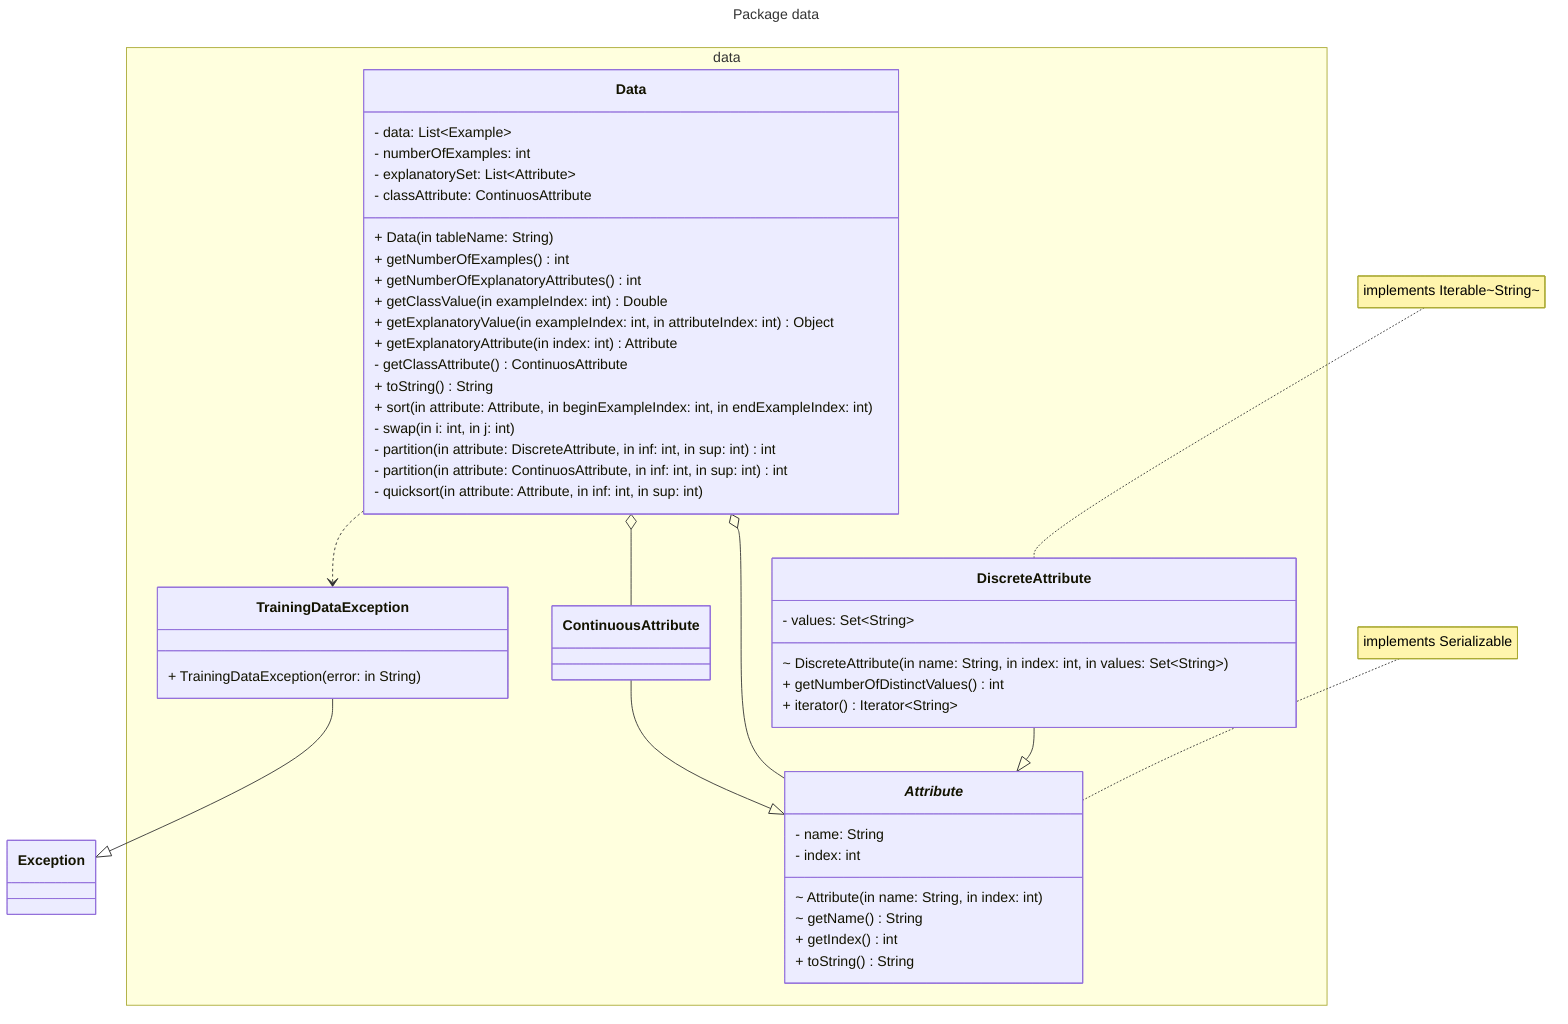
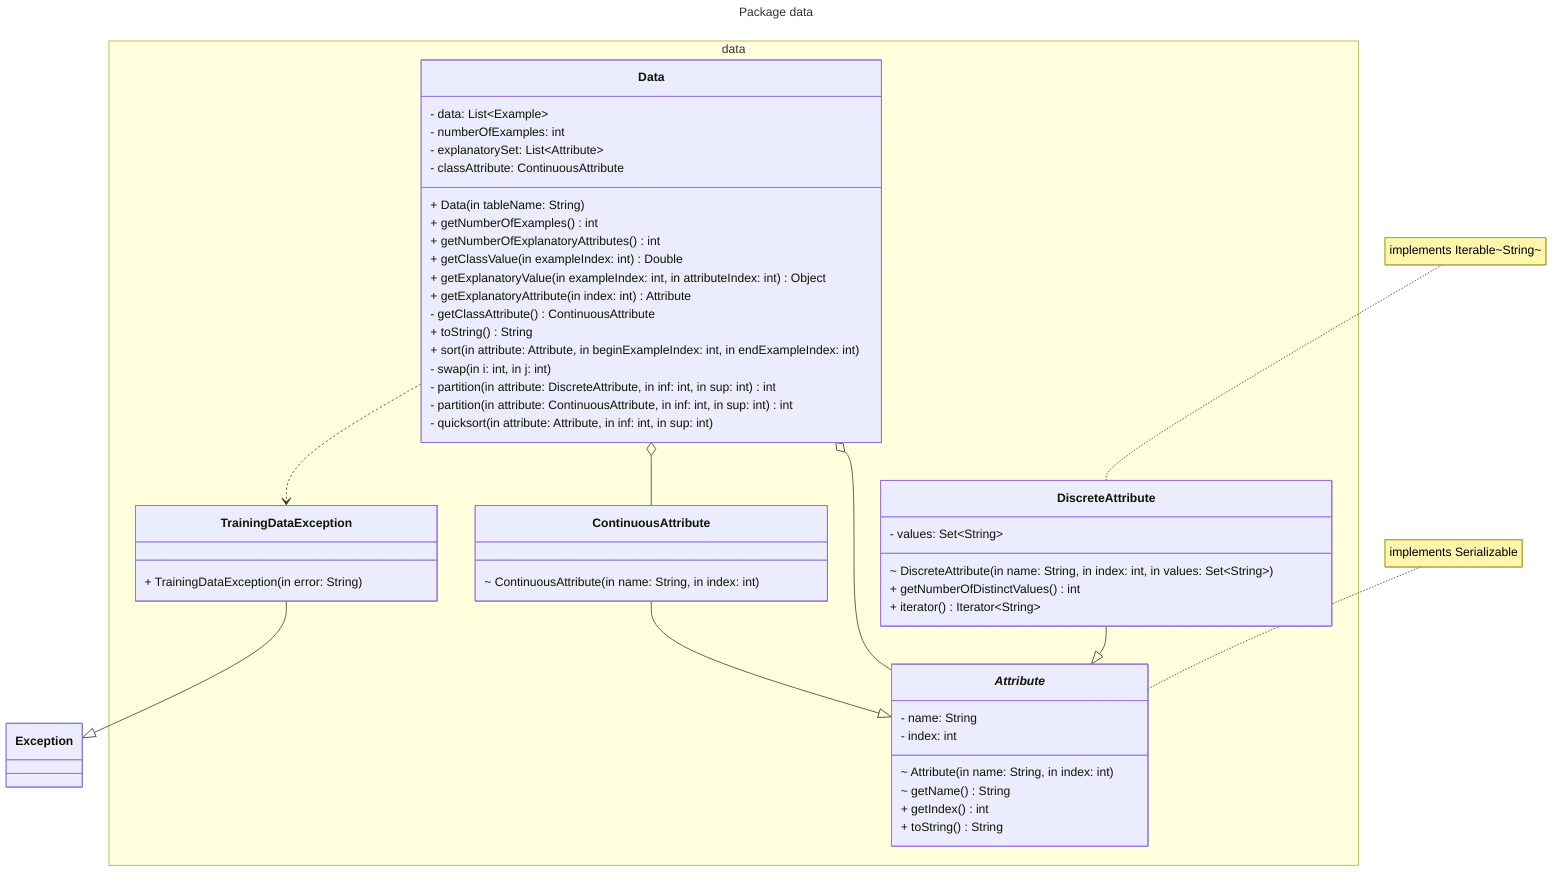
---
title: Package data
---

classDiagram
  namespace data {
    class Attribute
    class Data
    class ContinuousAttribute
    class DiscreteAttribute
    class TrainingDataException
  }

  class Attribute["<i>Attribute</i>"] {
    - name: String
    - index: int
    ~ Attribute(in name: String, in index: int)
    ~ getName() String
    + getIndex() int
    + toString() String
  }


  class ContinuousAttribute {
+     ~ ContinuousAttribute(in name: String, in index: int)
  }


  class DiscreteAttribute {
     - values: Set~String~
     ~ DiscreteAttribute(in name: String, in index: int, in values: Set~String~)
     + getNumberOfDistinctValues() int
     + iterator() Iterator~String~
  }

  class TrainingDataException {
-     + TrainingDataException(error: in String)
+     + TrainingDataException(in error: String)
  }

  class Data {
    - data: List~Example~
    - numberOfExamples: int
    - explanatorySet: List~Attribute~
-     - classAttribute: ContinuosAttribute
+     - classAttribute: ContinuousAttribute
    + Data(in tableName: String)
    + getNumberOfExamples() int
    + getNumberOfExplanatoryAttributes() int
    + getClassValue(in exampleIndex: int) Double
    + getExplanatoryValue(in exampleIndex: int, in attributeIndex: int) Object
    + getExplanatoryAttribute(in index: int) Attribute
-     - getClassAttribute() ContinuosAttribute
+     - getClassAttribute() ContinuousAttribute
    + toString() String
    + sort(in attribute: Attribute, in beginExampleIndex: int, in endExampleIndex: int)
    - swap(in i: int, in j: int)
    - partition(in attribute: DiscreteAttribute, in inf: int, in sup: int) int
-     - partition(in attribute: ContinuosAttribute, in inf: int, in sup: int) int
+     - partition(in attribute: ContinuousAttribute, in inf: int, in sup: int) int
    - quicksort(in attribute: Attribute, in inf: int, in sup: int)
  }


  class Exception {
  }

  ContinuousAttribute --|> Attribute
  DiscreteAttribute --|> Attribute

  Data o-- Attribute
  Data o-- ContinuousAttribute

  Data ..> TrainingDataException

  TrainingDataException --|> Exception

  note for Attribute "implements Serializable"
  note for DiscreteAttribute "implements Iterable~String~"



